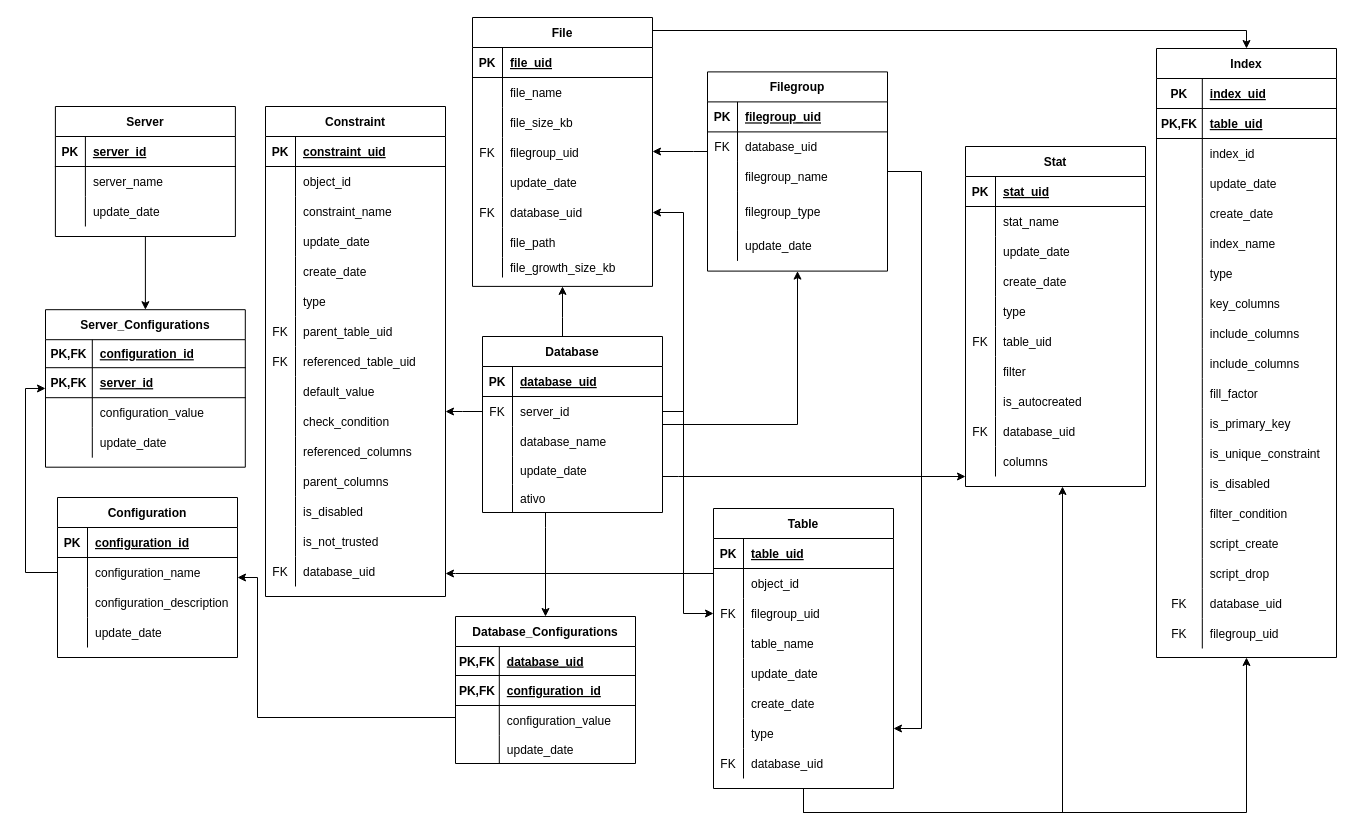
adrianhideki/sindex keeps this draw.io diagram as page "MER" (1 of 3) of docs/MER.drawio. Above is the earlier version. Source tidied: cells renumbered, new cells numbered last; positions are measured from the earlier drawing's top-left corner, leaving out a move shared by most shapes. Both pictures are drawn from the tidied source at 100%, with x=0, y=0 at pixel (45, 17).
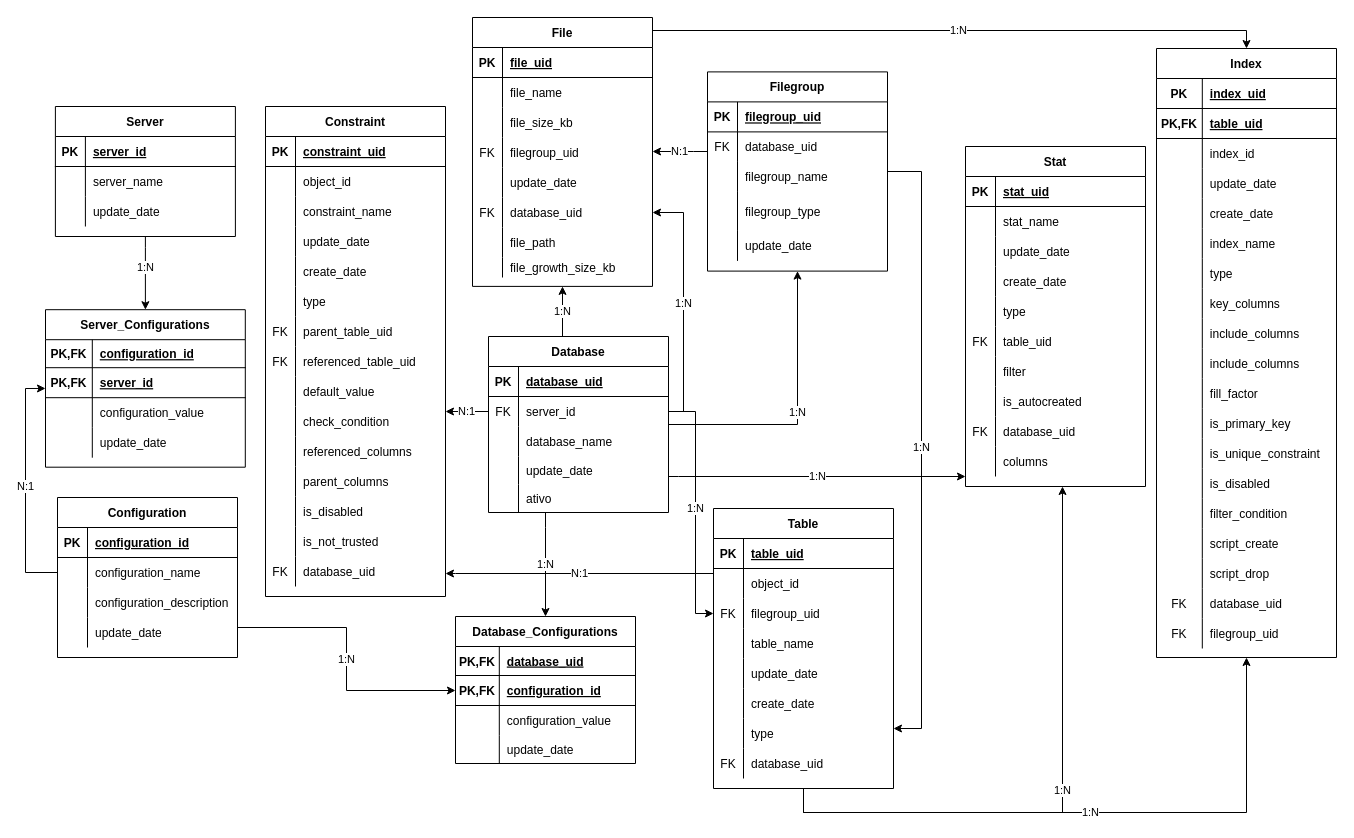
Above is the later version.

Unchanged cells that the change refers to:
```xml
<mxCell id="18" value="Server_Configurations" style="shape=table;startSize=30;childLayout=tableLayout;rowLines=0;fontStyle=1;align=center;" parent="1" vertex="1">
  <mxGeometry y="292.2" width="199.8" height="157.5" as="geometry" />
</mxCell>
<mxCell id="31" value="Server" style="shape=table;startSize=30;childLayout=tableLayout;rowLines=0;fontStyle=1;align=center;" parent="1" vertex="1">
  <mxGeometry x="9.9" y="89" width="180" height="130" as="geometry" />
</mxCell>
<mxCell id="41" value="Configuration" style="shape=table;startSize=30;childLayout=tableLayout;rowLines=0;fontStyle=1;align=center;" parent="1" vertex="1">
  <mxGeometry x="12" y="480" width="180" height="160" as="geometry" />
</mxCell>
<mxCell id="45" style="shape=partialRectangle;fillColor=none;top=0;left=0;bottom=0;right=0;points=[[0,0.5],[1,0.5]];portConstraint=eastwest;" parent="41" vertex="1">
  <mxGeometry y="60" width="180" height="30" as="geometry" />
</mxCell>
<mxCell id="54" value="Constraint" style="shape=table;startSize=30;childLayout=tableLayout;rowLines=0;fontStyle=1;align=center;" parent="1" vertex="1">
  <mxGeometry x="220" y="89" width="180" height="490" as="geometry" />
</mxCell>
<mxCell id="104" style="shape=partialRectangle;fillColor=none;top=0;left=0;bottom=0;right=0;points=[[0,0.5],[1,0.5]];portConstraint=eastwest;" parent="100" vertex="1">
  <mxGeometry y="60" width="180" height="30" as="geometry" />
</mxCell>
<mxCell id="116" value="Filegroup" style="shape=table;startSize=30;childLayout=tableLayout;rowLines=0;fontStyle=1;align=center;strokeColor=#000000;" parent="1" vertex="1">
  <mxGeometry x="662" y="54.4" width="180" height="199.2" as="geometry" />
</mxCell>
<mxCell id="132" value="File" style="shape=table;startSize=30;childLayout=tableLayout;rowLines=0;fontStyle=1;align=center;strokeColor=#000000;" parent="1" vertex="1">
  <mxGeometry x="427" width="180" height="268.9" as="geometry" />
</mxCell>
<mxCell id="148" style="shape=partialRectangle;fillColor=none;top=0;left=0;bottom=0;right=0;points=[[0,0.5],[1,0.5]];portConstraint=eastwest;" parent="132" vertex="1">
  <mxGeometry y="180" width="180" height="30" as="geometry" />
</mxCell>
<mxCell id="157" value="Index" style="shape=table;startSize=30;childLayout=tableLayout;rowLines=0;fontStyle=1;align=center;strokeColor=#000000;" parent="1" vertex="1">
  <mxGeometry x="1111" y="31" width="180" height="609" as="geometry" />
</mxCell>
<mxCell id="215" value="Stat" style="shape=table;startSize=30;childLayout=tableLayout;rowLines=0;fontStyle=1;align=center;strokeColor=#000000;" parent="1" vertex="1">
  <mxGeometry x="920" y="129" width="180" height="340" as="geometry" />
</mxCell>
<mxCell id="246" value="Table" style="shape=table;startSize=30;childLayout=tableLayout;rowLines=0;fontStyle=1;align=center;strokeColor=#000000;" parent="1" vertex="1">
  <mxGeometry x="668" y="491" width="180" height="280" as="geometry" />
</mxCell>
<mxCell id="253" style="shape=partialRectangle;fillColor=none;top=0;left=0;bottom=0;right=0;points=[[0,0.5],[1,0.5]];portConstraint=eastwest;" parent="246" vertex="1">
  <mxGeometry y="90" width="180" height="30" as="geometry" />
</mxCell>
<mxCell id="271" value="Database_Configurations" style="shape=table;startSize=30;childLayout=tableLayout;rowLines=0;fontStyle=1;align=center;" parent="1" vertex="1">
  <mxGeometry x="410" y="599" width="180" height="147" as="geometry" />
</mxCell>
<mxCell id="275" style="shape=partialRectangle;fillColor=none;top=0;left=0;bottom=1;right=0;points=[[0,0.5],[1,0.5]];portConstraint=eastwest;" parent="271" vertex="1">
  <mxGeometry y="59" width="180" height="30" as="geometry" />
</mxCell>
```

What changed in the source:
```diff
@@
-    <mxCell id="2" style="edgeStyle=orthogonalEdgeStyle;rounded=0;jettySize=auto;html=1;entryX=0;entryY=0.5;entryDx=0;entryDy=0;" parent="1" edge="1" source="45" target="18">
+    <mxCell id="2" value="N:1" style="edgeStyle=orthogonalEdgeStyle;rounded=0;jettySize=auto;html=1;entryX=0;entryY=0.5;entryDx=0;entryDy=0;" parent="1" edge="1" source="45" target="18">
       <mxGeometry relative="1" as="geometry" />
     </mxCell>
-    <mxCell id="3" style="edgeStyle=orthogonalEdgeStyle;rounded=0;jettySize=auto;html=1;entryX=0.5;entryY=0;entryDx=0;entryDy=0;" parent="1" edge="1" source="31" target="18">
-      <mxGeometry relative="1" as="geometry" />
+    <mxCell id="3" value="1:N" style="edgeStyle=orthogonalEdgeStyle;rounded=0;jettySize=auto;html=1;entryX=0.5;entryY=0;entryDx=0;entryDy=0;" parent="1" edge="1" source="31" target="18">
+      <mxGeometry x="-0.15" relative="1" as="geometry">
+        <Array as="points">
+          <mxPoint x="100" y="230" />
+          <mxPoint x="100" y="230" />
+        </Array>
+      </mxGeometry>
     </mxCell>
-    <mxCell id="4" style="edgeStyle=orthogonalEdgeStyle;rounded=0;jettySize=auto;html=1;entryX=0.5;entryY=0;entryDx=0;entryDy=0;" parent="1" edge="1" source="100" target="271">
+    <mxCell id="4" value="1:N" style="edgeStyle=orthogonalEdgeStyle;rounded=0;jettySize=auto;html=1;entryX=0.5;entryY=0;entryDx=0;entryDy=0;" parent="1" edge="1" source="100" target="271">
       <mxGeometry relative="1" as="geometry">
         <Array as="points">
           <mxPoint x="500" y="510" />
           <mxPoint x="500" y="510" />
         </Array>
       </mxGeometry>
     </mxCell>
-    <mxCell id="5" style="edgeStyle=orthogonalEdgeStyle;rounded=0;jettySize=auto;html=1;entryX=1;entryY=0.5;entryDx=0;entryDy=0;" parent="1" edge="1" source="100" target="148">
+    <mxCell id="5" value="1:N" style="edgeStyle=orthogonalEdgeStyle;rounded=0;jettySize=auto;html=1;entryX=1;entryY=0.5;entryDx=0;entryDy=0;" parent="1" edge="1" source="100" target="148">
       <mxGeometry relative="1" as="geometry">
         <Array as="points">
           <mxPoint x="638" y="394" />
           <mxPoint x="638" y="195" />
         </Array>
       </mxGeometry>
     </mxCell>
-    <mxCell id="6" style="edgeStyle=orthogonalEdgeStyle;rounded=0;jettySize=auto;html=1;entryX=0.5;entryY=1;entryDx=0;entryDy=0;" parent="1" edge="1" source="100" target="116">
+    <mxCell id="6" value="1:N" style="edgeStyle=orthogonalEdgeStyle;rounded=0;jettySize=auto;html=1;entryX=0.5;entryY=1;entryDx=0;entryDy=0;" parent="1" edge="1" source="100" target="116">
       <mxGeometry relative="1" as="geometry">
         <Array as="points">
           <mxPoint x="752" y="407" />
         </Array>
       </mxGeometry>
     </mxCell>
-    <mxCell id="7" style="edgeStyle=orthogonalEdgeStyle;rounded=0;jettySize=auto;html=1;" parent="1" edge="1" source="100" target="54">
+    <mxCell id="7" value="N:1" style="edgeStyle=orthogonalEdgeStyle;rounded=0;jettySize=auto;html=1;" parent="1" edge="1" source="100" target="54">
       <mxGeometry relative="1" as="geometry">
         <Array as="points">
           <mxPoint x="417" y="394" />
           <mxPoint x="417" y="394" />
         </Array>
       </mxGeometry>
     </mxCell>
-    <mxCell id="8" style="edgeStyle=orthogonalEdgeStyle;rounded=0;jettySize=auto;html=1;" parent="1" edge="1" source="132" target="157">
+    <mxCell id="8" value="1:N" style="edgeStyle=orthogonalEdgeStyle;rounded=0;jettySize=auto;html=1;" parent="1" edge="1" source="132" target="157">
       <mxGeometry relative="1" as="geometry">
         <Array as="points">
           <mxPoint x="1201" y="13" />
         </Array>
       </mxGeometry>
     </mxCell>
-    <mxCell id="9" style="edgeStyle=orthogonalEdgeStyle;rounded=0;jettySize=auto;html=1;" parent="1" edge="1" source="100" target="215">
+    <mxCell id="9" value="1:N" style="edgeStyle=orthogonalEdgeStyle;rounded=0;jettySize=auto;html=1;" parent="1" edge="1" source="100" target="215">
       <mxGeometry relative="1" as="geometry">
         <Array as="points">
           <mxPoint x="633" y="459" />
           <mxPoint x="633" y="459" />
         </Array>
       </mxGeometry>
     </mxCell>
-    <mxCell id="10" style="edgeStyle=orthogonalEdgeStyle;rounded=0;jettySize=auto;html=1;" parent="1" edge="1" source="104" target="253">
+    <mxCell id="10" value="1:N" style="edgeStyle=orthogonalEdgeStyle;rounded=0;jettySize=auto;html=1;" parent="1" edge="1" source="104" target="253">
       <mxGeometry relative="1" as="geometry">
         <Array as="points">
-          <mxPoint x="638" y="394" />
-          <mxPoint x="638" y="596" />
+          <mxPoint x="650" y="394" />
+          <mxPoint x="650" y="596" />
         </Array>
       </mxGeometry>
     </mxCell>
-    <mxCell id="11" style="edgeStyle=orthogonalEdgeStyle;rounded=0;jettySize=auto;html=1;" parent="1" edge="1" source="246" target="54">
+    <mxCell id="11" value="N:1" style="edgeStyle=orthogonalEdgeStyle;rounded=0;jettySize=auto;html=1;" parent="1" edge="1" source="246" target="54">
       <mxGeometry relative="1" as="geometry">
         <Array as="points">
           <mxPoint x="410" y="556" />
           <mxPoint x="410" y="556" />
         </Array>
       </mxGeometry>
     </mxCell>
-    <mxCell id="12" style="edgeStyle=orthogonalEdgeStyle;rounded=0;jettySize=auto;html=1;" parent="1" edge="1" source="246" target="157">
+    <mxCell id="12" value="1:N" style="edgeStyle=orthogonalEdgeStyle;rounded=0;jettySize=auto;html=1;" parent="1" edge="1" source="246" target="157">
       <mxGeometry relative="1" as="geometry">
         <Array as="points">
           <mxPoint x="1201" y="795" />
         </Array>
       </mxGeometry>
     </mxCell>
-    <mxCell id="13" style="edgeStyle=orthogonalEdgeStyle;rounded=0;jettySize=auto;html=1;" parent="1" edge="1" source="246" target="215">
+    <mxCell id="13" value="1:N" style="edgeStyle=orthogonalEdgeStyle;rounded=0;jettySize=auto;html=1;" parent="1" edge="1" source="246" target="215">
       <mxGeometry relative="1" as="geometry">
         <Array as="points">
           <mxPoint x="1017" y="795" />
         </Array>
       </mxGeometry>
     </mxCell>
-    <mxCell id="14" style="edgeStyle=orthogonalEdgeStyle;rounded=0;jettySize=auto;html=1;" parent="1" edge="1" source="116" target="132">
+    <mxCell id="14" value="N:1" style="edgeStyle=orthogonalEdgeStyle;rounded=0;jettySize=auto;html=1;" parent="1" edge="1" source="116" target="132">
       <mxGeometry relative="1" as="geometry">
         <Array as="points">
           <mxPoint x="648" y="134" />
           <mxPoint x="648" y="134" />
         </Array>
       </mxGeometry>
     </mxCell>
-    <mxCell id="15" style="edgeStyle=orthogonalEdgeStyle;rounded=0;jettySize=auto;html=1;" parent="1" edge="1" source="116" target="246">
+    <mxCell id="15" value="1:N" style="edgeStyle=orthogonalEdgeStyle;rounded=0;jettySize=auto;html=1;" parent="1" edge="1" source="116" target="246">
       <mxGeometry relative="1" as="geometry">
         <Array as="points">
           <mxPoint x="876" y="154" />
           <mxPoint x="876" y="711" />
         </Array>
       </mxGeometry>
     </mxCell>
-    <mxCell id="16" style="edgeStyle=orthogonalEdgeStyle;rounded=0;jettySize=auto;html=1;" parent="1" edge="1" source="100" target="132">
+    <mxCell id="16" value="1:N" style="edgeStyle=orthogonalEdgeStyle;rounded=0;jettySize=auto;html=1;" parent="1" edge="1" source="100" target="132">
       <mxGeometry relative="1" as="geometry">
         <Array as="points">
           <mxPoint x="517" y="300" />
           <mxPoint x="517" y="300" />
         </Array>
       </mxGeometry>
     </mxCell>
-    <mxCell id="17" style="edgeStyle=orthogonalEdgeStyle;rounded=0;jettySize=auto;html=1;" parent="1" edge="1" source="271" target="41">
-      <mxGeometry relative="1" as="geometry">
-        <Array as="points">
-          <mxPoint x="212" y="700" />
-          <mxPoint x="212" y="560" />
-        </Array>
-      </mxGeometry>
-    </mxCell>
@@
+    <mxCell id="284" value="1:N" style="edgeStyle=orthogonalEdgeStyle;rounded=0;jettySize=auto;html=1;entryX=0;entryY=0.5;entryDx=0;entryDy=0;" parent="1" edge="1" source="41" target="275">
+      <mxGeometry relative="1" as="geometry">
+        <Array as="points">
+          <mxPoint x="301" y="610" />
+          <mxPoint x="301" y="673" />
+        </Array>
+      </mxGeometry>
+    </mxCell>
@@
     <mxCell id="100" value="Database" style="shape=table;startSize=30;childLayout=tableLayout;rowLines=0;fontStyle=1;align=center;" parent="1" vertex="1">
-      <mxGeometry x="437" y="319" width="180" height="176" as="geometry" />
+      <mxGeometry x="443" y="319" width="180" height="176" as="geometry" />
     </mxCell>
```
